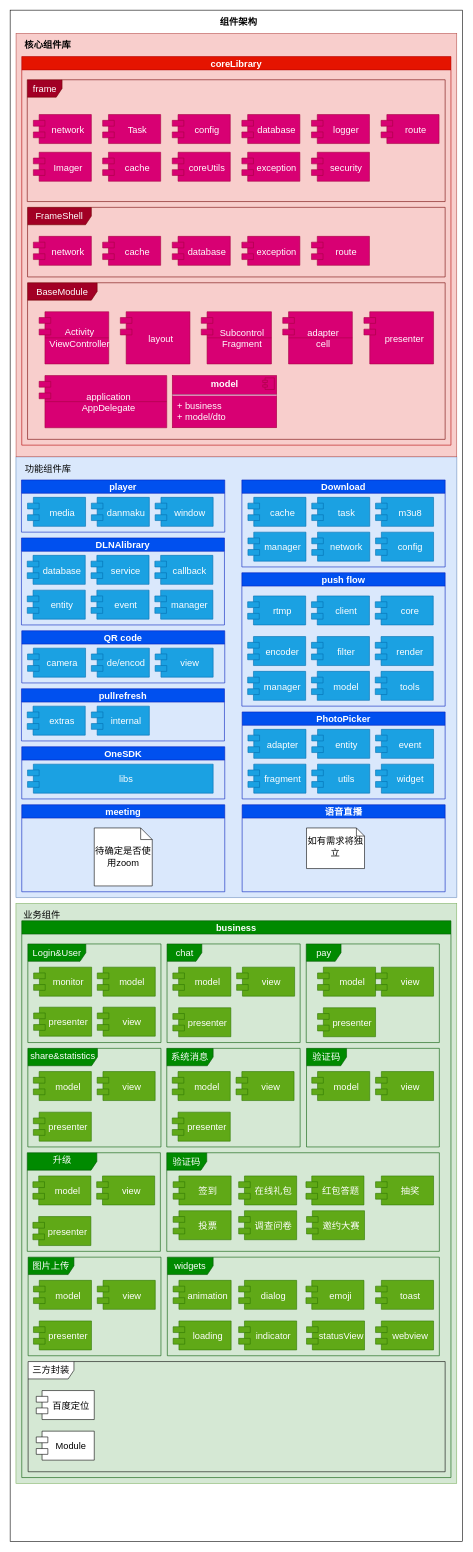
The draw.io diagram 架构设计/未命名绘图.drawio in mengzhuSDK/diagram, before the edit. Source tidied: cells renumbered, new cells numbered last; positions are measured from the earlier drawing's top-left corner, leaving out a move shared by most shapes. Both pictures are drawn from the tidied source at 58%, with x=0, y=0 at pixel (10, 10).
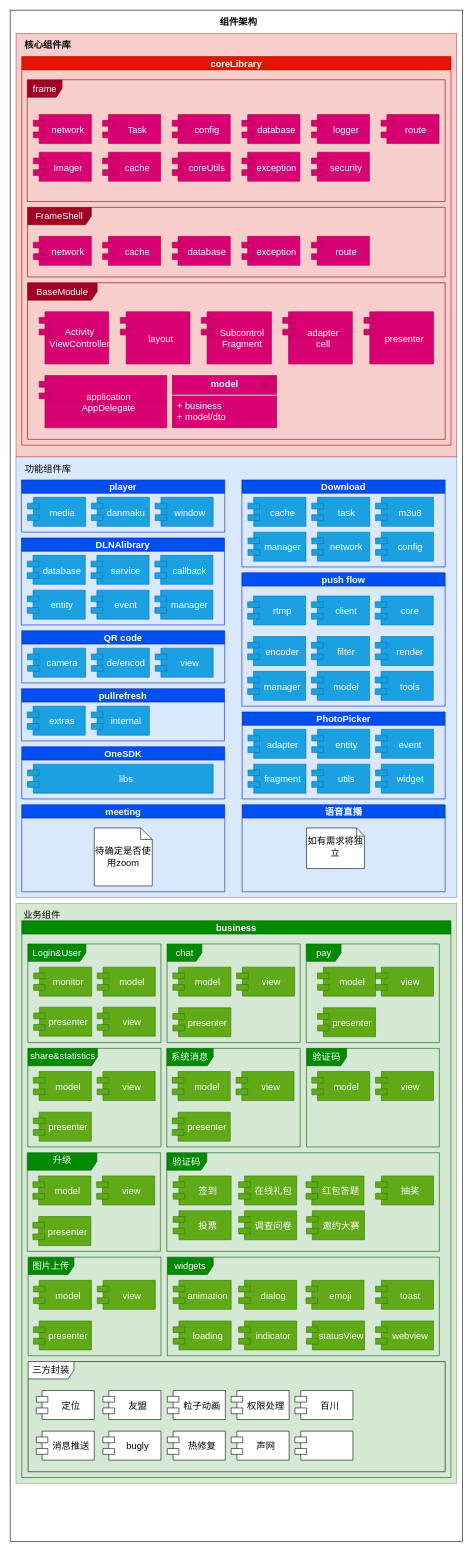
After the change.

Commit message:
更新未命名绘图.drawio

The change refers to these unchanged cells:
```xml
<mxCell id="52" value="business" style="swimlane;fontSize=16;html=0;fillColor=#008a00;strokeColor=#005700;fontColor=#ffffff;" parent="1" vertex="1">
  <mxGeometry x="20" y="1570" width="740" height="960" as="geometry" />
</mxCell>
```

Change to the diagram source:
```diff
@@
-    <mxCell id="81" value="百度定位" style="shape=module;align=left;spacingLeft=20;align=center;verticalAlign=middle;fontSize=16;" parent="52" vertex="1">
+    <mxCell id="81" value="定位" style="shape=module;align=left;spacingLeft=20;align=center;verticalAlign=middle;fontSize=16;" parent="52" vertex="1">
       <mxGeometry x="25" y="810" width="100" height="50" as="geometry" />
     </mxCell>
-    <mxCell id="82" value="Module" style="shape=module;align=left;spacingLeft=20;align=center;verticalAlign=middle;fontSize=16;" parent="52" vertex="1">
+    <mxCell id="82" value="消息推送" style="shape=module;align=left;spacingLeft=20;align=center;verticalAlign=middle;fontSize=16;" parent="52" vertex="1">
       <mxGeometry x="25" y="880" width="100" height="50" as="geometry" />
     </mxCell>
+    <mxCell id="143" value="友盟" style="shape=module;align=left;spacingLeft=20;align=center;verticalAlign=middle;fontSize=16;" parent="52" vertex="1">
+      <mxGeometry x="140" y="810" width="100" height="50" as="geometry" />
+    </mxCell>
+    <mxCell id="144" value="bugly" style="shape=module;align=left;spacingLeft=20;align=center;verticalAlign=middle;fontSize=16;" parent="52" vertex="1">
+      <mxGeometry x="140" y="880" width="100" height="50" as="geometry" />
+    </mxCell>
+    <mxCell id="145" value="粒子动画" style="shape=module;align=left;spacingLeft=20;align=center;verticalAlign=middle;fontSize=16;" parent="52" vertex="1">
+      <mxGeometry x="251" y="810" width="100" height="50" as="geometry" />
+    </mxCell>
+    <mxCell id="146" value="热修复" style="shape=module;align=left;spacingLeft=20;align=center;verticalAlign=middle;fontSize=16;" parent="52" vertex="1">
+      <mxGeometry x="251" y="880" width="100" height="50" as="geometry" />
+    </mxCell>
+    <mxCell id="147" value="权限处理" style="shape=module;align=left;spacingLeft=20;align=center;verticalAlign=middle;fontSize=16;" parent="52" vertex="1">
+      <mxGeometry x="361" y="810" width="100" height="50" as="geometry" />
+    </mxCell>
+    <mxCell id="148" value="声网" style="shape=module;align=left;spacingLeft=20;align=center;verticalAlign=middle;fontSize=16;" parent="52" vertex="1">
+      <mxGeometry x="361" y="880" width="100" height="50" as="geometry" />
+    </mxCell>
+    <mxCell id="149" value="百川" style="shape=module;align=left;spacingLeft=20;align=center;verticalAlign=middle;fontSize=16;" parent="52" vertex="1">
+      <mxGeometry x="471" y="810" width="100" height="50" as="geometry" />
+    </mxCell>
+    <mxCell id="150" style="shape=module;align=left;spacingLeft=20;align=center;verticalAlign=top;fontSize=16;" parent="52" vertex="1">
+      <mxGeometry x="471" y="880" width="100" height="50" as="geometry" />
+    </mxCell>
```
